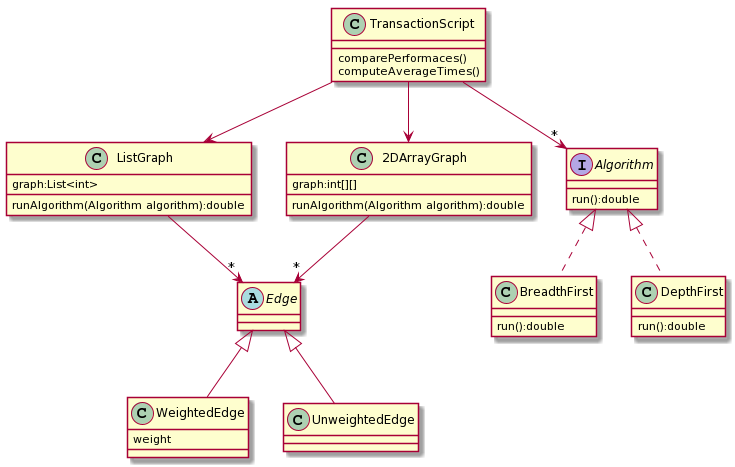
Earlier version of the PlantUML export images/FinalClassDiagram.png (dgruninger97/Homework3). The source it was exported from:
```plantuml
@startuml
class TransactionScript{
comparePerformaces()
computeAverageTimes()
}
class ListGraph{
graph:List<int>
runAlgorithm(Algorithm algorithm):double
}
class 2DArrayGraph{
graph:int[][]
runAlgorithm(Algorithm algorithm):double
}
class WeightedEdge extends Edge{
weight
}
class UnweightedEdge extends Edge{
}
abstract class Edge{
}
interface Algorithm{
run():double
}
class BreadthFirst implements Algorithm{
run():double
}
class DepthFirst implements Algorithm{
run():double
}
TransactionScript --> "*"Algorithm
TransactionScript --> ListGraph
TransactionScript --> 2DArrayGraph
ListGraph -->"*"Edge
2DArrayGraph -->"*"Edge
@enduml
```
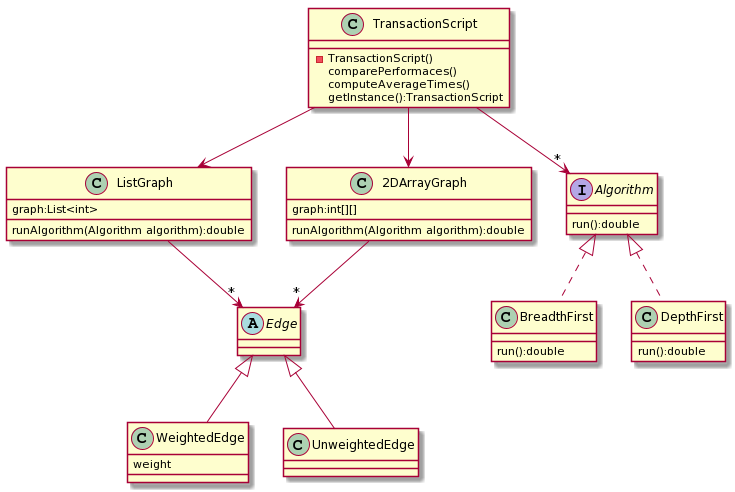
The same diagram one commit later.

Commit message:
Entry 3 class diagram updated

Diff of the diagram source:
```diff
@@ -1,7 +1,9 @@
 @startuml
 class TransactionScript{
+-TransactionScript()
 comparePerformaces()
 computeAverageTimes()
+getInstance():TransactionScript
 }
 class ListGraph{
 graph:List<int>
```
